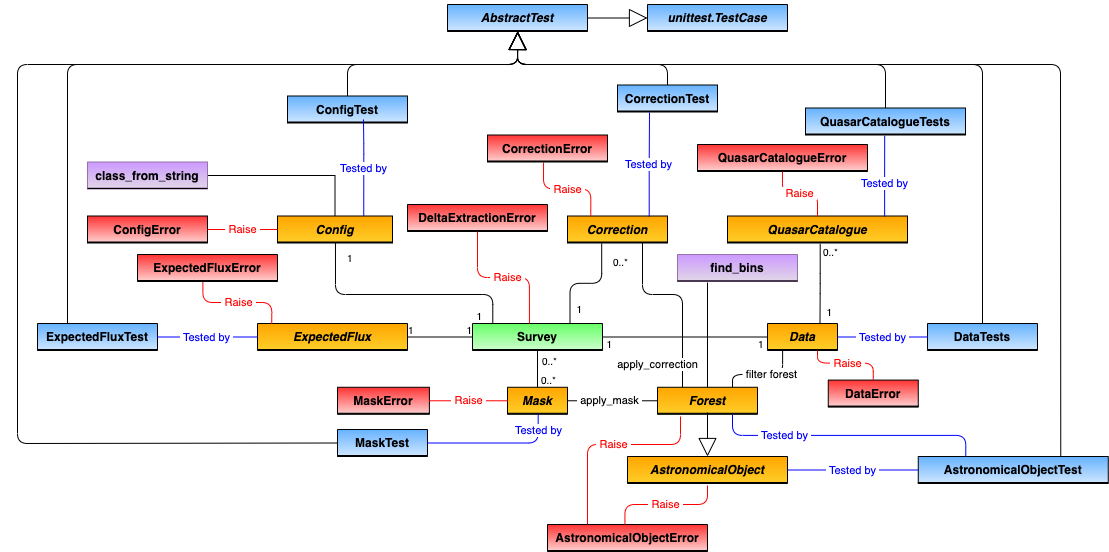
This is docs/delta_extraction/data_model/data_model-Simplified Main.png from igmhub/picca, a draw.io export, as it was before one commit. Source tidied: cells renumbered, new cells last; positions are measured from the earlier drawing's top-left corner, leaving out a move shared by most shapes.
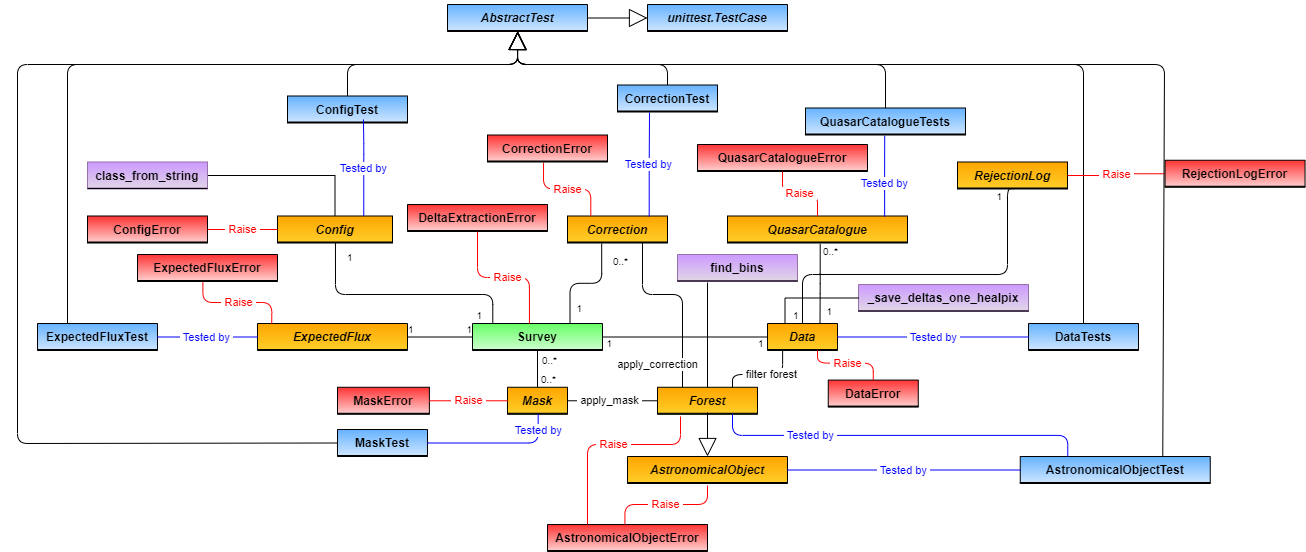
The same diagram one commit later.

Commit message:
added todo and data model

What changed in the source:
```diff
@@ -287,15 +287,17 @@
       <mxGeometry y="26" width="160" height="1" as="geometry" />
     </mxCell>
     <mxCell id="72" value="AstronomicalObjectTest" style="swimlane;fontStyle=1;horizontal=1;startSize=26;swimlaneFillColor=#ffffff;rounded=0;shadow=0;glass=0;comic=0;strokeColor=#000000;swimlaneLine=1;gradientDirection=north;gradientColor=#66B2FF;fillColor=#CCE5FF;" parent="1" vertex="1">
-      <mxGeometry x="900.8" y="452" width="190" height="27" as="geometry" />
+      <mxGeometry x="1002.8" y="452" width="190" height="27" as="geometry" />
     </mxCell>
     <mxCell id="73" style="line;strokeWidth=1;fillColor=none;align=left;verticalAlign=middle;spacingTop=-1;spacingLeft=3;spacingRight=3;labelPosition=right;rounded=0;shadow=0;glass=0;comic=0;" parent="72" vertex="1">
       <mxGeometry y="26" width="190" height="1" as="geometry" />
     </mxCell>
-    <mxCell id="74" style="endArrow=block;endSize=16;endFill=0;html=1;exitX=0.75;exitY=0;exitDx=0;exitDy=0;entryX=0.5;entryY=0.935;entryDx=0;entryDy=0;entryPerimeter=0;" parent="1" edge="1" source="72" target="42">
+    <mxCell id="74" style="endArrow=block;endSize=16;endFill=0;html=1;exitX=0.75;exitY=0;exitDx=0;exitDy=0;entryX=0.5;entryY=0.935;entryDx=0;entryDy=0;entryPerimeter=0;" parent="1" edge="1">
       <mxGeometry relative="1" as="geometry">
+        <mxPoint x="1145.3" y="452" as="sourcePoint" />
+        <mxPoint x="500" y="26.9" as="targetPoint" />
         <Array as="points">
-          <mxPoint x="1043" y="60" />
+          <mxPoint x="1147" y="60" />
           <mxPoint x="500" y="60" />
         </Array>
       </mxGeometry>
@@ -440,7 +442,7 @@
       </mxGeometry>
     </mxCell>
     <mxCell id="107" value="DataTests" style="swimlane;fontStyle=1;horizontal=1;startSize=26;swimlaneFillColor=#ffffff;rounded=0;shadow=0;glass=0;comic=0;strokeColor=#000000;swimlaneLine=1;gradientDirection=north;gradientColor=#66B2FF;fillColor=#CCE5FF;" parent="1" vertex="1">
-      <mxGeometry x="910" y="319" width="110" height="27" as="geometry" />
+      <mxGeometry x="1011" y="319" width="110" height="27" as="geometry" />
     </mxCell>
     <mxCell id="108" style="line;strokeWidth=1;fillColor=none;align=left;verticalAlign=middle;spacingTop=-1;spacingLeft=3;spacingRight=3;labelPosition=right;rounded=0;shadow=0;glass=0;comic=0;" parent="107" vertex="1">
       <mxGeometry y="26" width="110" height="1" as="geometry" />
@@ -462,7 +464,7 @@
     <mxCell id="112" style="endArrow=block;endSize=16;endFill=0;html=1;exitX=0.5;exitY=0;exitDx=0;exitDy=0;entryX=0.501;entryY=0.93;entryDx=0;entryDy=0;entryPerimeter=0;" parent="1" edge="1" source="107" target="42">
       <mxGeometry relative="1" as="geometry">
         <Array as="points">
-          <mxPoint x="965" y="60" />
+          <mxPoint x="1066" y="60" />
           <mxPoint x="500" y="60" />
         </Array>
       </mxGeometry>
@@ -517,5 +519,53 @@
     <mxCell id="126" style="line;strokeWidth=1;fillColor=none;align=left;verticalAlign=middle;spacingTop=-1;spacingLeft=3;spacingRight=3;labelPosition=right;points=[];portConstraint=eastwest;rounded=0;shadow=0;glass=0;comic=0;" parent="125" vertex="1">
       <mxGeometry y="26" width="120" height="1" as="geometry" />
     </mxCell>
+    <mxCell id="127" value="RejectionLog" style="swimlane;fontStyle=3;horizontal=1;startSize=26;fillColor=#ffcd28;swimlaneFillColor=#ffffff;rounded=0;shadow=0;glass=0;comic=0;strokeColor=#000000;gradientColor=#ffa500;swimlaneLine=1;gradientDirection=north;" parent="1" vertex="1">
+      <mxGeometry x="940" y="157.5" width="110" height="27" as="geometry" />
+    </mxCell>
+    <mxCell id="128" style="line;strokeWidth=1;fillColor=none;align=left;verticalAlign=middle;spacingTop=-1;spacingLeft=3;spacingRight=3;labelPosition=right;points=[];portConstraint=eastwest;rounded=0;shadow=0;glass=0;comic=0;" parent="127" vertex="1">
+      <mxGeometry y="26" width="110" height="1" as="geometry" />
+    </mxCell>
+    <mxCell id="129" style="endArrow=none;html=1;edgeStyle=orthogonalEdgeStyle;exitX=0.5;exitY=0;exitDx=0;exitDy=0;entryX=0.509;entryY=0.667;entryDx=0;entryDy=0;entryPerimeter=0;" parent="1" edge="1" source="62" target="128">
+      <mxGeometry relative="1" as="geometry">
+        <Array as="points">
+          <mxPoint x="785" y="270" />
+          <mxPoint x="990" y="270" />
+          <mxPoint x="990" y="184" />
+        </Array>
+      </mxGeometry>
+    </mxCell>
+    <mxCell id="130" value="1" style="html=1;align=left;verticalAlign=bottom;labelBackgroundColor=#ffffff;fontSize=10;" parent="129" vertex="1">
+      <mxGeometry x="-1" relative="1" as="geometry">
+        <mxPoint x="-11" as="offset" />
+      </mxGeometry>
+    </mxCell>
+    <mxCell id="131" value="1" style="html=1;align=right;verticalAlign=bottom;labelBackgroundColor=#ffffff;fontSize=10;" parent="129" vertex="1">
+      <mxGeometry x="1" relative="1" as="geometry">
+        <mxPoint x="-11" y="16" as="offset" />
+      </mxGeometry>
+    </mxCell>
+    <mxCell id="132" value="_save_deltas_one_healpix" style="swimlane;fontStyle=1;horizontal=1;startSize=26;swimlaneFillColor=#ffffff;rounded=0;shadow=0;glass=0;comic=0;strokeColor=#9673a6;swimlaneLine=1;gradientDirection=north;fillColor=#e1d5e7;gradientColor=#CC99FF;" parent="1" vertex="1">
+      <mxGeometry x="841" y="280" width="170" height="27" as="geometry" />
+    </mxCell>
+    <mxCell id="133" style="line;strokeWidth=1;fillColor=none;align=left;verticalAlign=middle;spacingTop=-1;spacingLeft=3;spacingRight=3;labelPosition=right;rounded=0;shadow=0;glass=0;comic=0;" parent="132" vertex="1">
+      <mxGeometry y="26" width="170" height="1" as="geometry" />
+    </mxCell>
+    <mxCell id="134" style="edgeStyle=orthogonalEdgeStyle;rounded=0;jettySize=auto;html=1;exitX=0;exitY=0.5;exitDx=0;exitDy=0;endArrow=none;endFill=0;entryX=0.25;entryY=0;entryDx=0;entryDy=0;" parent="1" edge="1" source="132" target="62">
+      <mxGeometry relative="1" as="geometry" />
+    </mxCell>
+    <mxCell id="135" value="&amp;nbsp;Raise&amp;nbsp;" style="endArrow=none;html=1;edgeStyle=orthogonalEdgeStyle;strokeColor=#FF0000;fontColor=#FF0000;entryX=0;entryY=0.5;entryDx=0;entryDy=0;exitX=1;exitY=0.5;exitDx=0;exitDy=0;" parent="1" edge="1" source="127" target="137">
+      <mxGeometry relative="1" as="geometry" />
+    </mxCell>
+    <mxCell id="136" style="html=1;align=left;verticalAlign=bottom;labelBackgroundColor=#ffffff;fontSize=10;" parent="135" vertex="1">
+      <mxGeometry x="-1" relative="1" as="geometry">
+        <mxPoint x="10" as="offset" />
+      </mxGeometry>
+    </mxCell>
+    <mxCell id="137" value="RejectionLogError" style="swimlane;fontStyle=1;horizontal=1;startSize=26;swimlaneFillColor=#ffffff;rounded=0;shadow=0;glass=0;comic=0;strokeColor=#000000;swimlaneLine=1;gradientDirection=north;fillColor=#FFCCCC;gradientColor=#FF3333;" parent="1" vertex="1">
+      <mxGeometry x="1147.5" y="155.8" width="140" height="27" as="geometry" />
+    </mxCell>
+    <mxCell id="138" style="line;strokeWidth=1;fillColor=none;align=left;verticalAlign=middle;spacingTop=-1;spacingLeft=3;spacingRight=3;labelPosition=right;rounded=0;shadow=0;glass=0;comic=0;" parent="137" vertex="1">
+      <mxGeometry y="26" width="140" height="1" as="geometry" />
+    </mxCell>
   </root>
 </mxGraphModel>
```
